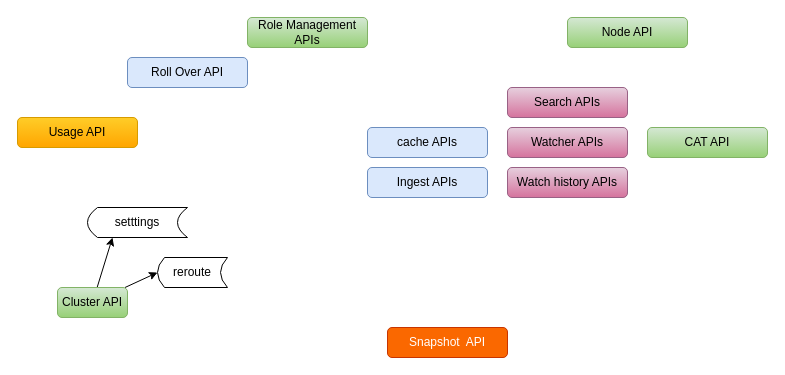
The draw.io diagram page "Administration APIs" (2 of 4) of My Articles/elastic stack/ES REST APIs.drawio in paramothers/books, before the edit. Source tidied: cells renumbered, new cells numbered last; positions are measured from the earlier drawing's top-left corner, leaving out a move shared by most shapes. Both pictures are drawn from the tidied source at 100%, with x=0, y=0 at pixel (17, 17).
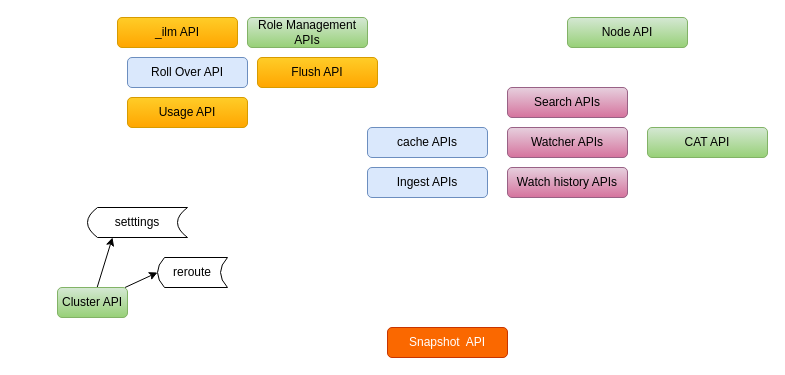
The same diagram, later.

Diff of the diagram source:
```diff
@@
 <mxGraphModel>
   <root>
     <mxCell id="0" />
     <mxCell id="1" parent="0" />
     <mxCell id="2" value="Node API" style="rounded=1;whiteSpace=wrap;html=1;gradientColor=#97d077;fillColor=#d5e8d4;strokeColor=#82b366;" parent="1" vertex="1">
       <mxGeometry x="550" width="120" height="30" as="geometry" />
     </mxCell>
     <mxCell id="3" value="Snapshot&amp;nbsp; API" style="rounded=1;whiteSpace=wrap;html=1;fillColor=#fa6800;strokeColor=#C73500;fontColor=#ffffff;" parent="1" vertex="1">
       <mxGeometry x="370" y="310" width="120" height="30" as="geometry" />
     </mxCell>
     <mxCell id="4" value="Role Management APIs" style="rounded=1;whiteSpace=wrap;html=1;gradientColor=#97d077;fillColor=#d5e8d4;strokeColor=#82b366;" parent="1" vertex="1">
       <mxGeometry x="230" width="120" height="30" as="geometry" />
     </mxCell>
     <mxCell id="5" value="Roll Over API" style="rounded=1;whiteSpace=wrap;html=1;fillColor=#dae8fc;strokeColor=#6c8ebf;" parent="1" vertex="1">
       <mxGeometry x="110" y="40" width="120" height="30" as="geometry" />
     </mxCell>
     <mxCell id="6" value="Usage API" style="rounded=1;whiteSpace=wrap;html=1;gradientColor=#ffa500;fillColor=#ffcd28;strokeColor=#d79b00;" parent="1" vertex="1">
-      <mxGeometry y="100" width="120" height="30" as="geometry" />
+      <mxGeometry x="110" y="80" width="120" height="30" as="geometry" />
     </mxCell>
     <mxCell id="7" style="edgeStyle=none;rounded=0;jettySize=auto;html=1;entryX=0.25;entryY=1;entryDx=0;entryDy=0;" parent="1" edge="1" source="9" target="10">
       <mxGeometry relative="1" as="geometry" />
     </mxCell>
     <mxCell id="8" style="edgeStyle=none;rounded=0;jettySize=auto;html=1;entryX=0;entryY=0.5;entryDx=0;entryDy=0;" parent="1" edge="1" source="9" target="11">
       <mxGeometry relative="1" as="geometry" />
     </mxCell>
     <mxCell id="9" value="Cluster API" style="rounded=1;whiteSpace=wrap;html=1;fillColor=#d5e8d4;strokeColor=#82b366;gradientColor=#97d077;" parent="1" vertex="1">
       <mxGeometry x="40" y="270" width="70" height="30" as="geometry" />
     </mxCell>
     <mxCell id="10" value="setttings" style="shape=dataStorage;whiteSpace=wrap;html=1;" parent="1" vertex="1">
       <mxGeometry x="70" y="190" width="100" height="30" as="geometry" />
     </mxCell>
     <mxCell id="11" value="reroute" style="shape=dataStorage;whiteSpace=wrap;html=1;" parent="1" vertex="1">
       <mxGeometry x="140" y="240" width="70" height="30" as="geometry" />
     </mxCell>
     <mxCell id="12" value="CAT API" style="rounded=1;whiteSpace=wrap;html=1;gradientColor=#97d077;fillColor=#d5e8d4;strokeColor=#82b366;" parent="1" vertex="1">
       <mxGeometry x="630" y="110" width="120" height="30" as="geometry" />
     </mxCell>
     <mxCell id="13" value="Search APIs" style="rounded=1;whiteSpace=wrap;html=1;fillColor=#e6d0de;strokeColor=#996185;gradientColor=#d5739d;" parent="1" vertex="1">
       <mxGeometry x="490" y="70" width="120" height="30" as="geometry" />
     </mxCell>
     <mxCell id="14" value="Ingest APIs" style="rounded=1;whiteSpace=wrap;html=1;fillColor=#dae8fc;strokeColor=#6c8ebf;" parent="1" vertex="1">
       <mxGeometry x="350" y="150" width="120" height="30" as="geometry" />
     </mxCell>
     <mxCell id="15" value="Watcher APIs" style="rounded=1;whiteSpace=wrap;html=1;fillColor=#e6d0de;strokeColor=#996185;gradientColor=#d5739d;" parent="1" vertex="1">
       <mxGeometry x="490" y="110" width="120" height="30" as="geometry" />
     </mxCell>
     <mxCell id="16" value="Watch history APIs" style="rounded=1;whiteSpace=wrap;html=1;fillColor=#e6d0de;strokeColor=#996185;gradientColor=#d5739d;" parent="1" vertex="1">
       <mxGeometry x="490" y="150" width="120" height="30" as="geometry" />
     </mxCell>
     <mxCell id="17" value="cache APIs" style="rounded=1;whiteSpace=wrap;html=1;fillColor=#dae8fc;strokeColor=#6c8ebf;" parent="1" vertex="1">
       <mxGeometry x="350" y="110" width="120" height="30" as="geometry" />
     </mxCell>
+    <mxCell id="18" value="Flush API" style="rounded=1;whiteSpace=wrap;html=1;gradientColor=#ffa500;fillColor=#ffcd28;strokeColor=#d79b00;" parent="1" vertex="1">
+      <mxGeometry x="240" y="40" width="120" height="30" as="geometry" />
+    </mxCell>
+    <mxCell id="19" value="_ilm API" style="rounded=1;whiteSpace=wrap;html=1;gradientColor=#ffa500;fillColor=#ffcd28;strokeColor=#d79b00;" parent="1" vertex="1">
+      <mxGeometry x="100" width="120" height="30" as="geometry" />
+    </mxCell>
   </root>
 </mxGraphModel>
```
